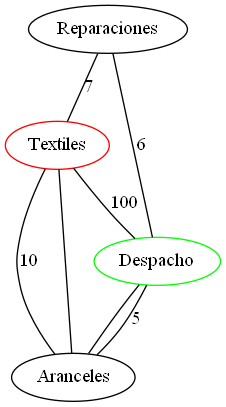
Above: Cliente/src/assets/arboles/grafo.png in RojasCJP/EDD_VirtualMall_201900289 (Graphviz), before the change. Its source is kept beside it as Cliente/src/assets/graphviz/grafo.dot.
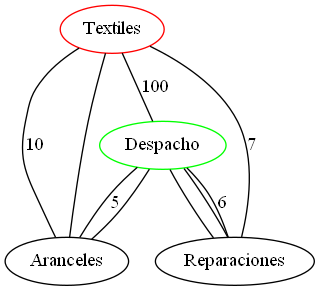
Later version of the same file.

The edit, as a diff of the source:
```diff
@@ -1,4 +1,13 @@
 graph grafo{
- [color="red"];
- [color="green"];
+Textiles [color="red"];
+Despacho [color="green"];
+Aranceles--Despacho [label="5"];
+Textiles--Despacho [label="100"];
+Textiles--Aranceles [label="10"];
+Reparaciones--Despacho [label="6"];
+Reparaciones--Textiles [label="7"];
+Aranceles--Textiles;
+Reparaciones--Despacho;
+Despacho--Aranceles;
+Despacho--Reparaciones;
 }
```
